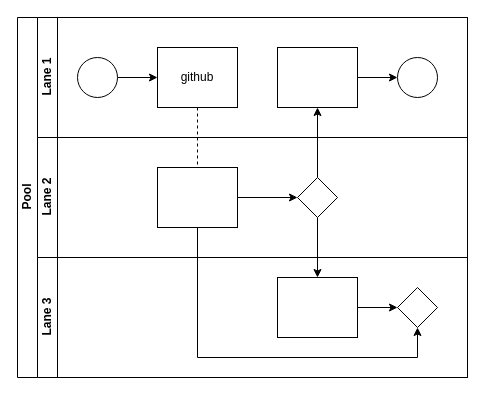
Earlier version of the draw.io diagram test_github2.drawio (olivierbigot-pr/MDH). Source tidied: cells renumbered, new cells numbered last; positions are measured from the earlier drawing's top-left corner, leaving out a move shared by most shapes. Both pictures are drawn from the tidied source at 100%, with x=0, y=0 at pixel (17, 17).
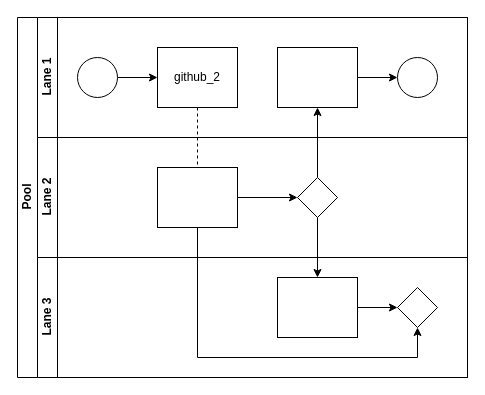
The same page after the edit.

Commit message:
Mettre à jour test_github2.drawio

Unchanged cells that the change refers to:
```xml
<mxCell id="7" value="Lane 1" style="swimlane;html=1;startSize=20;horizontal=0;" parent="2" vertex="1">
  <mxGeometry x="20" width="430" height="120" as="geometry" />
</mxCell>
```

Diff of the diagram source:
```diff
@@
-    <mxCell id="10" value="github" style="rounded=0;whiteSpace=wrap;html=1;fontFamily=Helvetica;fontSize=12;fontColor=#000000;align=center;" parent="7" vertex="1">
+    <mxCell id="10" value="github_2" style="rounded=0;whiteSpace=wrap;html=1;fontFamily=Helvetica;fontSize=12;fontColor=#000000;align=center;" parent="7" vertex="1">
       <mxGeometry x="120" y="30" width="80" height="60" as="geometry" />
     </mxCell>
```
